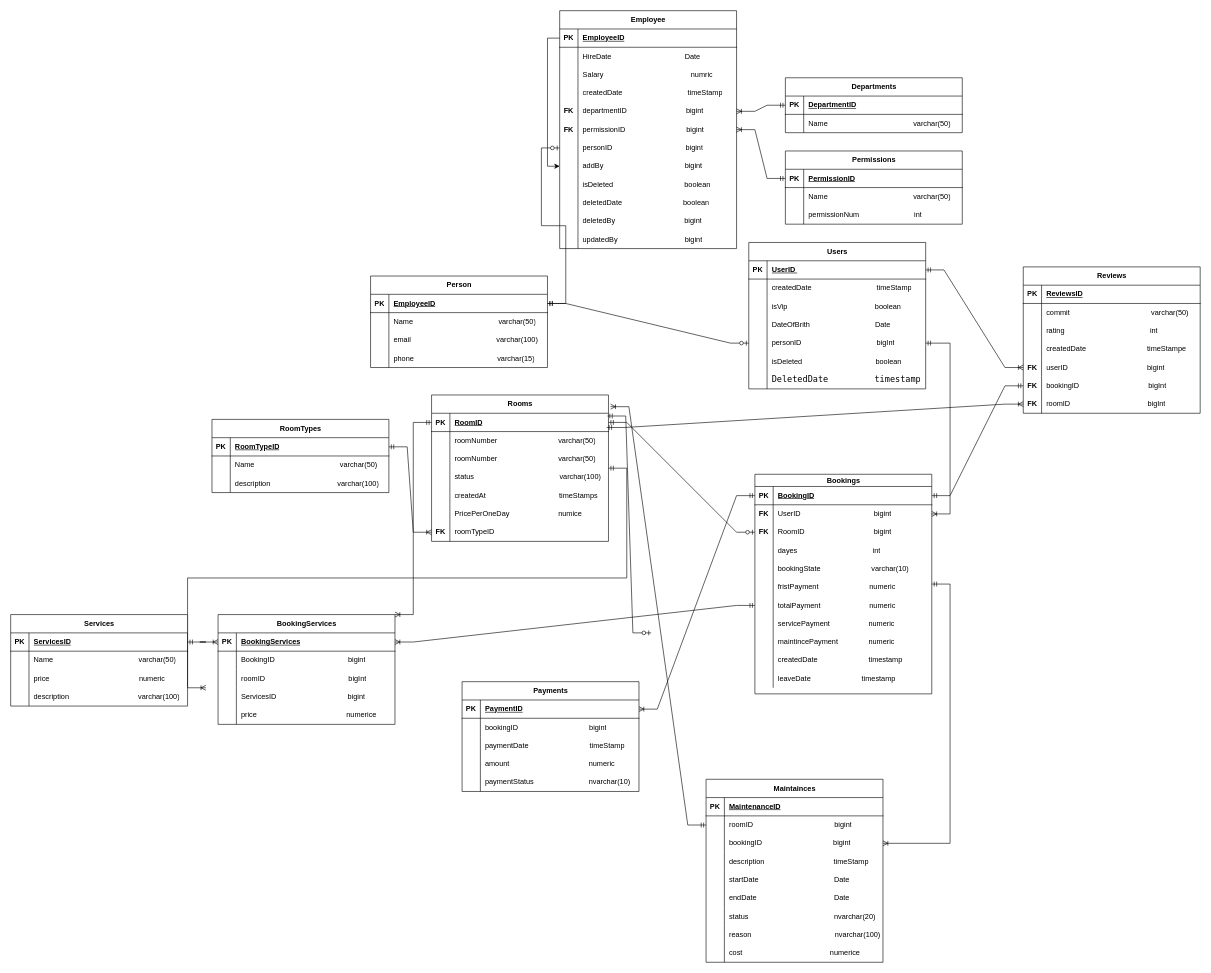
Earlier version of the draw.io diagram hote_design_erd.drawio (Abdullah2100/full_stack_hotel). Source tidied: cells renumbered, new cells numbered last; positions are measured from the earlier drawing's top-left corner, leaving out a move shared by most shapes. Both pictures are drawn from the tidied source at 61%, with x=0, y=0 at pixel (10, 10).
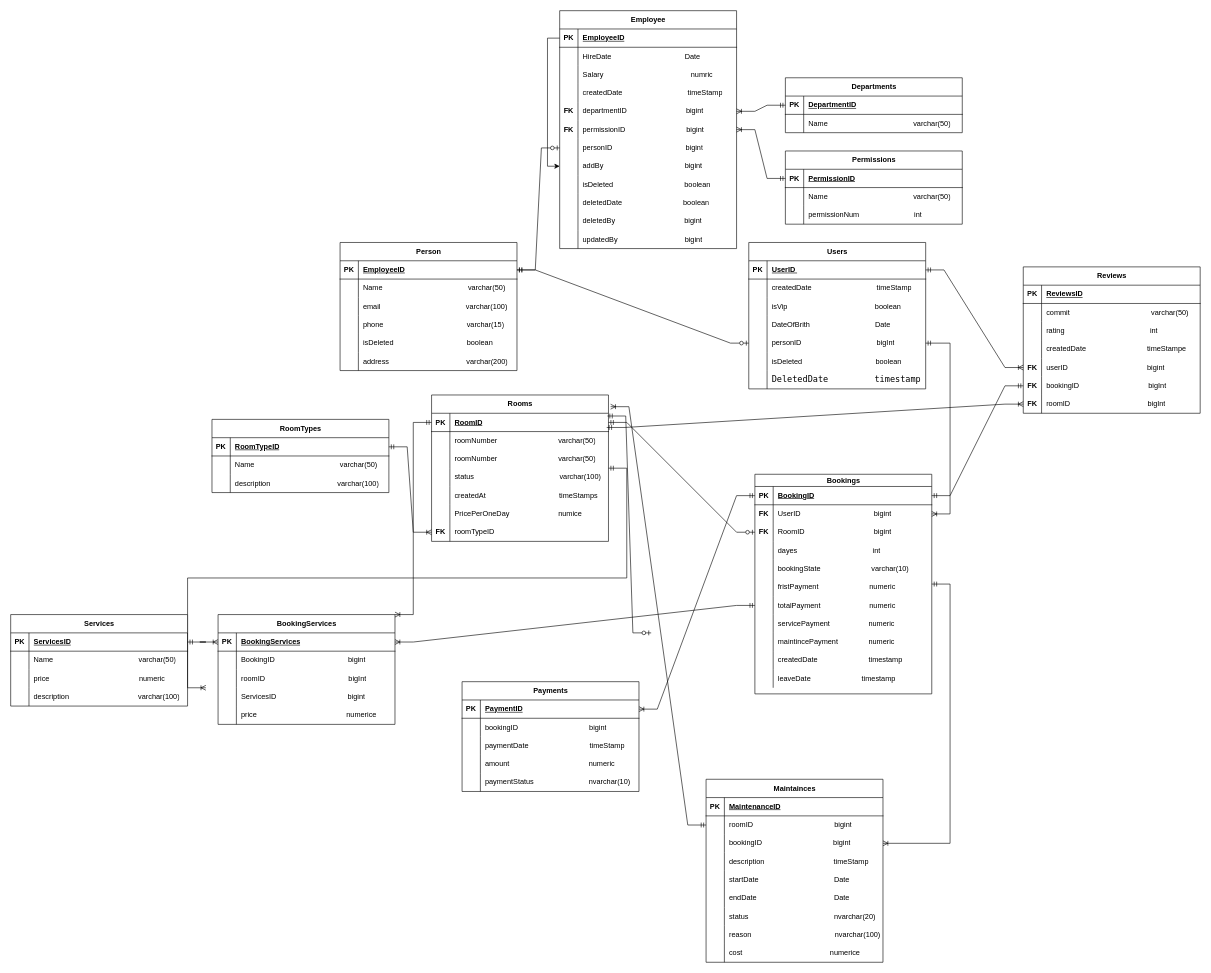
The same diagram, later.

The edit, as a diff of the source:
```diff
@@
     <mxCell id="81" value="Person" style="shape=table;startSize=30;childLayout=tableLayout;rowLines=0;fontStyle=1;align=center;html=1;" parent="1" vertex="1">
-      <mxGeometry x="590" y="435" width="290" height="150" as="geometry" />
+      <mxGeometry x="540" y="380" width="290" height="210" as="geometry" />
     </mxCell>
@@
+    <mxCell id="271" style="shape=tableRow;horizontal=0;startSize=0;swimlaneHead=0;swimlaneBody=0;fillColor=none;top=0;left=0;right=0;bottom=0;" parent="81" vertex="1">
+      <mxGeometry y="150" width="290" height="30" as="geometry" />
+    </mxCell>
+    <mxCell id="272" style="shape=partialRectangle;fillColor=none;top=0;left=0;bottom=0;right=0;overflow=hidden;whiteSpace=wrap;html=1;" parent="271" vertex="1">
+      <mxGeometry width="30" height="30" as="geometry" />
+    </mxCell>
+    <mxCell id="273" value="isDeleted&amp;nbsp; &amp;nbsp; &amp;nbsp; &amp;nbsp; &amp;nbsp; &amp;nbsp; &amp;nbsp; &amp;nbsp; &amp;nbsp; &amp;nbsp; &amp;nbsp; &amp;nbsp; &amp;nbsp; &amp;nbsp; &amp;nbsp; &amp;nbsp; &amp;nbsp; &amp;nbsp; boolean&lt;span style=&quot;white-space: pre;&quot;&gt;&#9;&lt;/span&gt;" style="shape=partialRectangle;fillColor=none;top=0;left=0;bottom=0;right=0;align=left;spacingLeft=6;overflow=hidden;whiteSpace=wrap;html=1;" parent="271" vertex="1">
+      <mxGeometry x="30" width="260" height="30" as="geometry" />
+    </mxCell>
+    <mxCell id="274" style="shape=tableRow;horizontal=0;startSize=0;swimlaneHead=0;swimlaneBody=0;fillColor=none;top=0;left=0;right=0;bottom=0;" parent="81" vertex="1">
+      <mxGeometry y="180" width="290" height="30" as="geometry" />
+    </mxCell>
+    <mxCell id="275" style="shape=partialRectangle;fillColor=none;top=0;left=0;bottom=0;right=0;overflow=hidden;whiteSpace=wrap;html=1;" parent="274" vertex="1">
+      <mxGeometry width="30" height="30" as="geometry" />
+    </mxCell>
+    <mxCell id="276" value="address&amp;nbsp; &amp;nbsp; &amp;nbsp; &amp;nbsp; &amp;nbsp; &amp;nbsp; &amp;nbsp; &amp;nbsp; &amp;nbsp; &amp;nbsp; &amp;nbsp; &amp;nbsp; &amp;nbsp; &amp;nbsp; &amp;nbsp; &amp;nbsp; &amp;nbsp; &amp;nbsp; &amp;nbsp; varchar(200)" style="shape=partialRectangle;fillColor=none;top=0;left=0;bottom=0;right=0;align=left;spacingLeft=6;overflow=hidden;whiteSpace=wrap;html=1;" parent="274" vertex="1">
+      <mxGeometry x="30" width="260" height="30" as="geometry" />
+    </mxCell>
```
